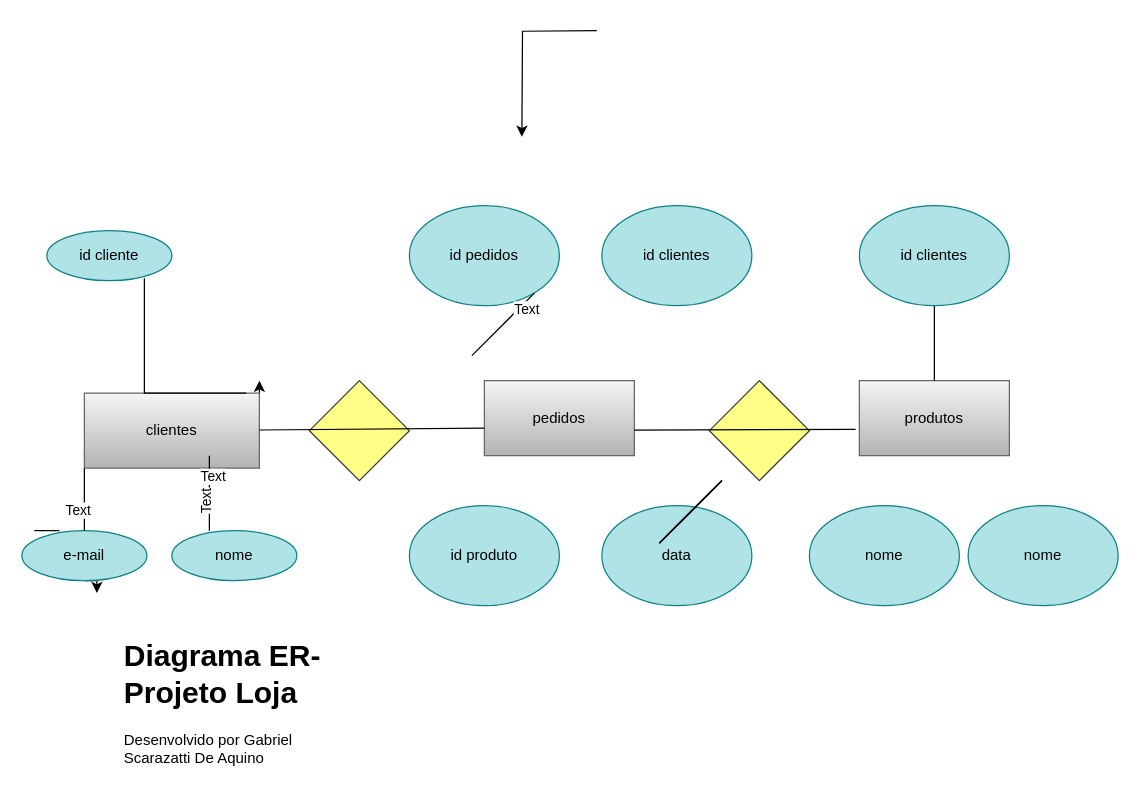
Above: Diagrama sem nome.drawio in indiano444/3ds (draw.io), before the change. Source tidied: cells renumbered, new cells numbered last; positions are measured from the earlier drawing's top-left corner, leaving out a move shared by most shapes. Both pictures are drawn from the tidied source at 125%, with x=0, y=0 at pixel (21, 30).
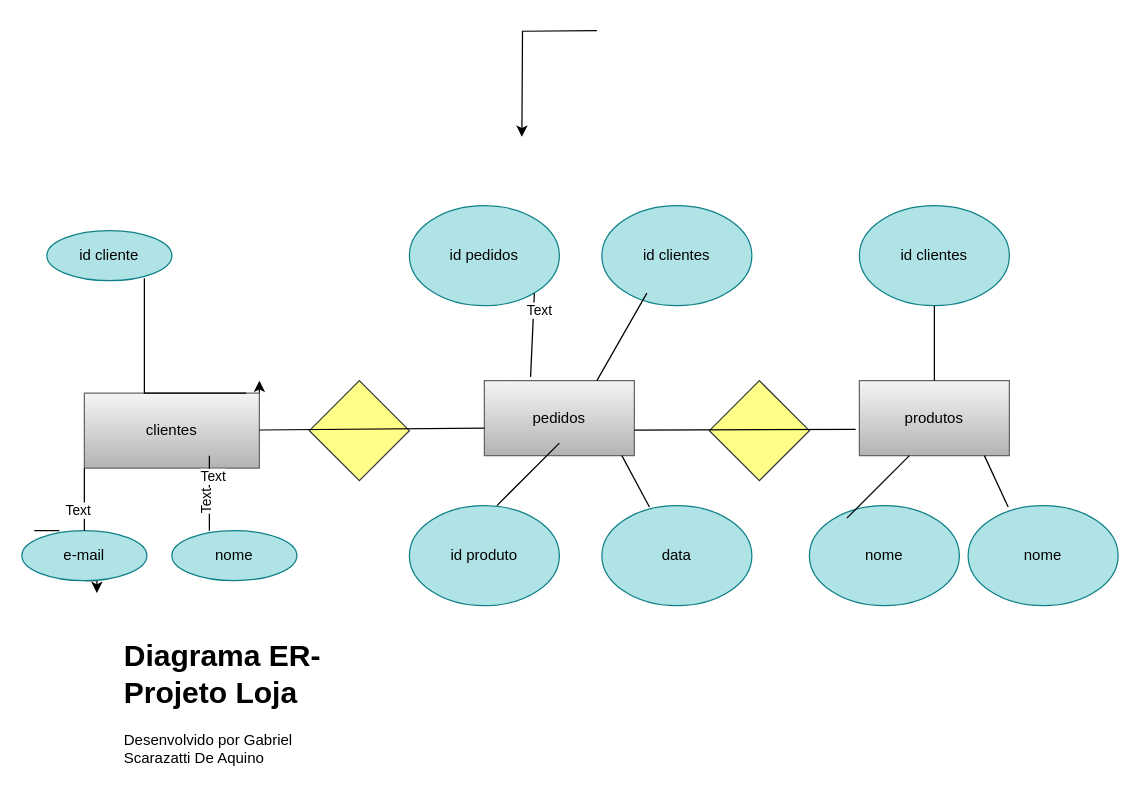
Above is the later version.

Unchanged cells that the change refers to:
```xml
<mxCell id="6" value="pedidos" style="rounded=0;whiteSpace=wrap;html=1;fillColor=#f5f5f5;gradientColor=#b3b3b3;strokeColor=#666666;" parent="1" vertex="1">
  <mxGeometry x="370" y="280" width="120" height="60" as="geometry" />
</mxCell>
<mxCell id="24" value="nome" style="ellipse;whiteSpace=wrap;html=1;fillColor=#b0e3e6;strokeColor=#0e8088;" parent="1" vertex="1">
  <mxGeometry x="757" y="380" width="120" height="80" as="geometry" />
</mxCell>
<mxCell id="26" value="data" style="ellipse;whiteSpace=wrap;html=1;fillColor=#b0e3e6;strokeColor=#0e8088;" parent="1" vertex="1">
  <mxGeometry x="464" y="380" width="120" height="80" as="geometry" />
</mxCell>
```

Diff of the diagram source:
```diff
@@
-    <mxCell id="32" style="endArrow=none;html=1;rounded=0;" parent="1" edge="1">
+    <mxCell id="32" style="endArrow=none;html=1;rounded=0;exitX=0.267;exitY=0.013;exitDx=0;exitDy=0;exitPerimeter=0;" parent="1" edge="1" source="24">
       <mxGeometry relative="1" as="geometry">
-        <mxPoint x="510" y="410" as="sourcePoint" />
-        <mxPoint x="560" y="360" as="targetPoint" />
+        <mxPoint x="770" y="340" as="targetPoint" />
       </mxGeometry>
     </mxCell>
     <mxCell id="33" style="endArrow=none;html=1;rounded=0;" parent="1" edge="1">
       <mxGeometry relative="1" as="geometry">
-        <mxPoint x="510" y="410" as="sourcePoint" />
-        <mxPoint x="560" y="360" as="targetPoint" />
+        <mxPoint x="660" y="390" as="sourcePoint" />
+        <mxPoint x="710" y="340" as="targetPoint" />
       </mxGeometry>
     </mxCell>
-    <mxCell id="34" style="endArrow=none;html=1;rounded=0;" parent="1" edge="1">
+    <mxCell id="34" style="endArrow=none;html=1;rounded=0;exitX=0.317;exitY=0.013;exitDx=0;exitDy=0;exitPerimeter=0;" parent="1" edge="1" source="26">
       <mxGeometry relative="1" as="geometry">
-        <mxPoint x="510" y="410" as="sourcePoint" />
-        <mxPoint x="560" y="360" as="targetPoint" />
+        <mxPoint x="480" y="340" as="targetPoint" />
       </mxGeometry>
     </mxCell>
     <mxCell id="35" style="endArrow=none;html=1;rounded=0;" parent="1" edge="1">
       <mxGeometry relative="1" as="geometry">
-        <mxPoint x="510" y="410" as="sourcePoint" />
-        <mxPoint x="560" y="360" as="targetPoint" />
+        <mxPoint x="380" y="380" as="sourcePoint" />
+        <mxPoint x="430" y="330" as="targetPoint" />
       </mxGeometry>
     </mxCell>
-    <mxCell id="36" style="endArrow=none;html=1;rounded=0;" parent="1" edge="1">
+    <mxCell id="36" style="endArrow=none;html=1;rounded=0;exitX=0.75;exitY=0;exitDx=0;exitDy=0;" parent="1" edge="1" source="6">
       <mxGeometry relative="1" as="geometry">
-        <mxPoint x="510" y="410" as="sourcePoint" />
-        <mxPoint x="560" y="360" as="targetPoint" />
+        <mxPoint x="500" y="210" as="targetPoint" />
       </mxGeometry>
     </mxCell>
-    <mxCell id="37" style="endArrow=none;html=1;rounded=0;" parent="1" edge="1">
+    <mxCell id="37" style="endArrow=none;html=1;rounded=0;exitX=0.308;exitY=-0.05;exitDx=0;exitDy=0;exitPerimeter=0;" parent="1" edge="1" source="6">
       <mxGeometry relative="1" as="geometry">
-        <mxPoint x="360" y="260" as="sourcePoint" />
         <mxPoint x="410" y="210" as="targetPoint" />
       </mxGeometry>
     </mxCell>
```
